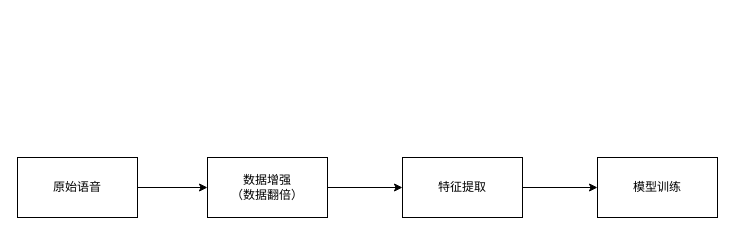
Above: data_augment.drawio in robin1001/draw.io (draw.io), before the change. Source tidied: cells renumbered, new cells numbered last; positions are measured from the earlier drawing's top-left corner, leaving out a move shared by most shapes. Both pictures are drawn from the tidied source at 100%, with x=0, y=0 at pixel (17, 157).
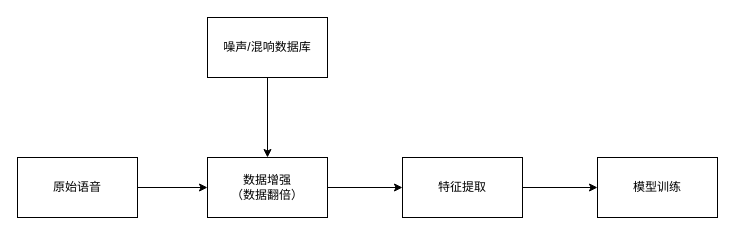
The same diagram, later.

Diff of the diagram source:
```diff
@@
 <mxGraphModel>
   <root>
     <mxCell id="0" />
     <mxCell id="1" parent="0" />
     <mxCell id="2" style="edgeStyle=orthogonalEdgeStyle;rounded=0;jettySize=auto;html=1;entryX=0;entryY=0.5;entryDx=0;entryDy=0;" parent="1" edge="1" source="3" target="7">
       <mxGeometry relative="1" as="geometry" />
     </mxCell>
     <mxCell id="3" value="原始语音" style="rounded=0;whiteSpace=wrap;html=1;" parent="1" vertex="1">
       <mxGeometry width="120" height="60" as="geometry" />
     </mxCell>
     <mxCell id="4" style="edgeStyle=orthogonalEdgeStyle;rounded=0;jettySize=auto;html=1;entryX=0;entryY=0.5;entryDx=0;entryDy=0;" parent="1" edge="1" source="5" target="8">
       <mxGeometry relative="1" as="geometry" />
     </mxCell>
     <mxCell id="5" value="特征提取" style="rounded=0;whiteSpace=wrap;html=1;" parent="1" vertex="1">
       <mxGeometry x="385" width="120" height="60" as="geometry" />
     </mxCell>
     <mxCell id="6" style="edgeStyle=orthogonalEdgeStyle;rounded=0;jettySize=auto;html=1;entryX=0;entryY=0.5;entryDx=0;entryDy=0;" parent="1" edge="1" source="7" target="5">
       <mxGeometry relative="1" as="geometry" />
     </mxCell>
     <mxCell id="7" value="数据增强&lt;br&gt;（数据翻倍）&lt;br&gt;" style="rounded=0;whiteSpace=wrap;html=1;" parent="1" vertex="1">
       <mxGeometry x="190" width="120" height="60" as="geometry" />
     </mxCell>
     <mxCell id="8" value="模型训练" style="rounded=0;whiteSpace=wrap;html=1;" parent="1" vertex="1">
       <mxGeometry x="580" width="120" height="60" as="geometry" />
     </mxCell>
+    <mxCell id="9" style="edgeStyle=orthogonalEdgeStyle;rounded=0;jettySize=auto;html=1;" parent="1" edge="1" source="10" target="7">
+      <mxGeometry relative="1" as="geometry" />
+    </mxCell>
+    <mxCell id="10" value="噪声/混响数据库" style="rounded=0;whiteSpace=wrap;html=1;" parent="1" vertex="1">
+      <mxGeometry x="190" y="-140" width="120" height="60" as="geometry" />
+    </mxCell>
   </root>
 </mxGraphModel>
```
